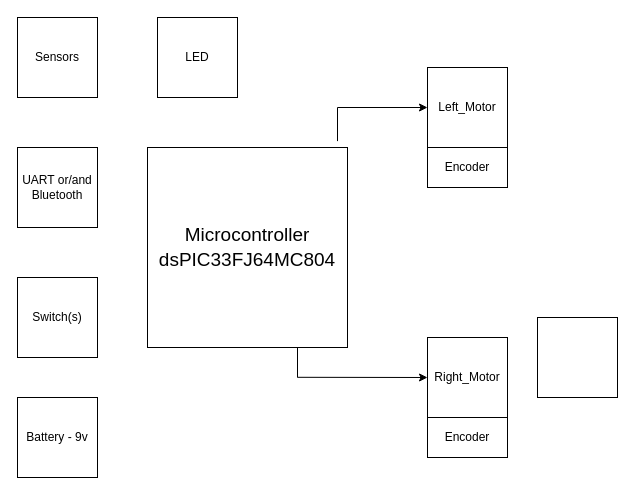
Above: draft/block_diagram.drawio in AminSeffo/Micromouse (draw.io), before the change. Source tidied: cells renumbered, new cells numbered last; positions are measured from the earlier drawing's top-left corner, leaving out a move shared by most shapes. Both pictures are drawn from the tidied source at 100%, with x=0, y=0 at pixel (17, 17).
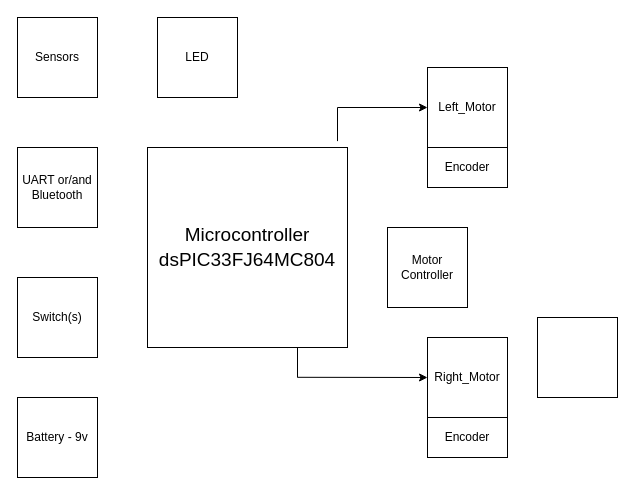
The same diagram, later.

Commit message:
Add Motor Controller

Diff of the diagram source:
```diff
@@
+    <mxCell id="17" value="&lt;div&gt;Motor &lt;br&gt;&lt;/div&gt;&lt;div&gt;Controller&lt;/div&gt;" style="whiteSpace=wrap;html=1;" parent="1" vertex="1">
+      <mxGeometry x="370" y="210" width="80" height="80" as="geometry" />
+    </mxCell>
```
